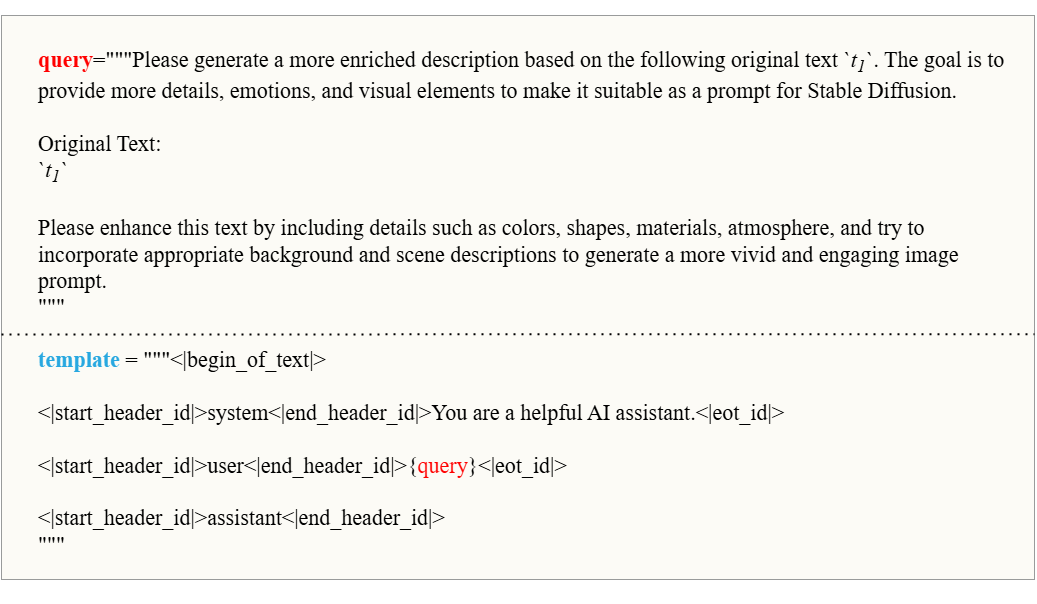
Before: mgm/output.png, a diagram exported from draw.io (TuuSiwei/paper_image). Source tidied: cells renumbered, new cells last; positions are measured from the earlier drawing's top-left corner, leaving out a move shared by most shapes.
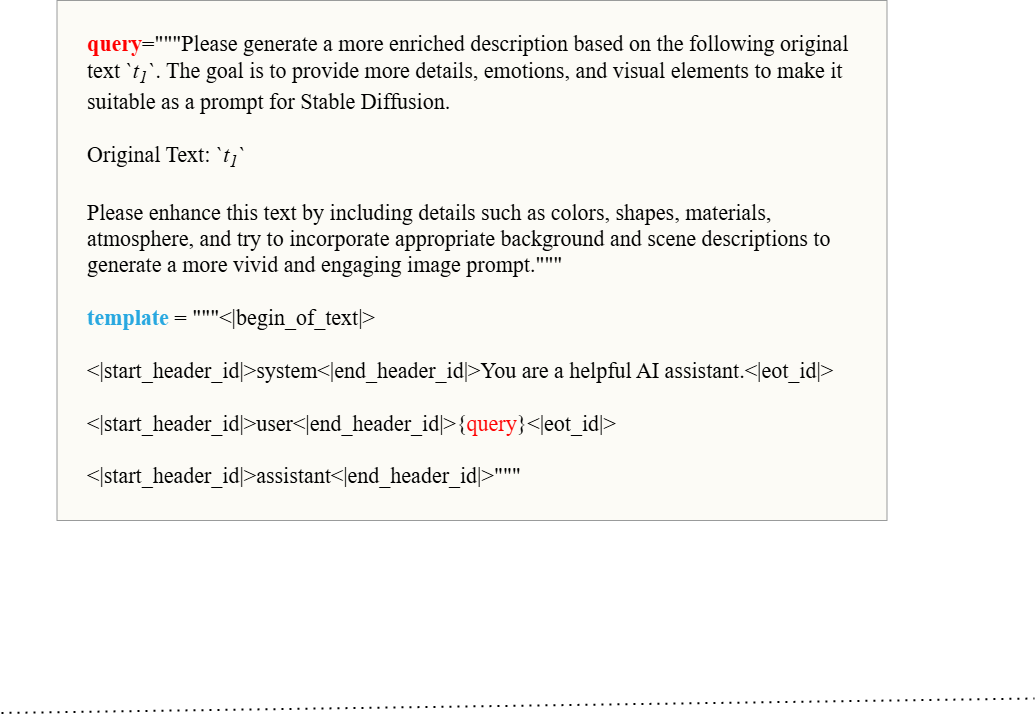
After the commit.

The edit, as a diff of the source:
```diff
@@ -3,14 +3,15 @@
     <mxCell id="0" />
     <mxCell id="1" parent="0" />
     <mxCell id="2" style="rounded=0;whiteSpace=wrap;html=1;fillColor=#f9f7ed;strokeColor=#36393d;opacity=50;" parent="1" vertex="1">
-      <mxGeometry y="15" width="1033" height="564" as="geometry" />
+      <mxGeometry x="21.5" y="-96" width="830" height="520" as="geometry" />
     </mxCell>
-    <mxCell id="3" value="&lt;div style=&quot;&quot;&gt;&lt;div style=&quot;&quot;&gt;&lt;div style=&quot;&quot;&gt;&lt;span style=&quot;font-size: 22px;&quot;&gt;&lt;font face=&quot;Times New Roman&quot;&gt;&lt;font color=&quot;#ff0000&quot;&gt;&lt;b&gt;query&lt;/b&gt;&lt;/font&gt;=&quot;&quot;&quot;Please generate a more enriched description based on the following original text `&lt;i&gt;t&lt;sub&gt;1&lt;/sub&gt;&lt;/i&gt;`. The goal is to provide more details, emotions, and visual elements to make it suitable as a prompt for Stable Diffusion.&lt;/font&gt;&lt;/span&gt;&lt;/div&gt;&lt;div style=&quot;&quot;&gt;&lt;span style=&quot;font-size: 22px;&quot;&gt;&lt;font face=&quot;Times New Roman&quot;&gt;&lt;br&gt;&lt;/font&gt;&lt;/span&gt;&lt;/div&gt;&lt;div style=&quot;&quot;&gt;&lt;span style=&quot;font-size: 22px;&quot;&gt;&lt;font face=&quot;Times New Roman&quot;&gt;Original Text:&lt;/font&gt;&lt;/span&gt;&lt;/div&gt;&lt;div style=&quot;&quot;&gt;&lt;font face=&quot;Times New Roman&quot;&gt;&lt;span style=&quot;font-size: 22px;&quot;&gt;`&lt;/span&gt;&lt;i style=&quot;font-size: 22px;&quot;&gt;t&lt;sub&gt;1&lt;/sub&gt;&lt;/i&gt;&lt;span style=&quot;font-size: 22px;&quot;&gt;`&lt;/span&gt;&lt;/font&gt;&lt;/div&gt;&lt;div style=&quot;&quot;&gt;&lt;span style=&quot;font-size: 22px;&quot;&gt;&lt;font face=&quot;Times New Roman&quot;&gt;&lt;br&gt;&lt;/font&gt;&lt;/span&gt;&lt;/div&gt;&lt;div style=&quot;&quot;&gt;&lt;span style=&quot;font-size: 22px;&quot;&gt;&lt;font face=&quot;Times New Roman&quot;&gt;Please enhance this text by including details such as colors, shapes, materials, atmosphere, and try to incorporate appropriate background and scene descriptions to generate a more vivid and engaging image prompt.&lt;/font&gt;&lt;/span&gt;&lt;/div&gt;&lt;div style=&quot;font-size: 22px;&quot;&gt;&lt;font face=&quot;Times New Roman&quot;&gt;&quot;&quot;&quot;&lt;/font&gt;&lt;/div&gt;&lt;/div&gt;&lt;div style=&quot;&quot;&gt;&lt;span style=&quot;font-size: 22px;&quot;&gt;&lt;font face=&quot;Times New Roman&quot;&gt;&lt;br&gt;&lt;/font&gt;&lt;/span&gt;&lt;/div&gt;&lt;div style=&quot;&quot;&gt;&lt;span style=&quot;font-size: 22px;&quot;&gt;&lt;font face=&quot;Times New Roman&quot;&gt;&lt;b style=&quot;&quot;&gt;&lt;font color=&quot;#28a8e0&quot;&gt;template &lt;/font&gt;&lt;/b&gt;= &quot;&quot;&quot;&amp;lt;|begin_of_text|&amp;gt;&lt;/font&gt;&lt;/span&gt;&lt;/div&gt;&lt;div style=&quot;&quot;&gt;&lt;span style=&quot;font-size: 22px;&quot;&gt;&lt;font face=&quot;Times New Roman&quot;&gt;&lt;br&gt;&lt;/font&gt;&lt;/span&gt;&lt;/div&gt;&lt;div style=&quot;&quot;&gt;&lt;font face=&quot;Times New Roman&quot;&gt;&lt;span style=&quot;font-size: 22px;&quot;&gt;&amp;lt;|start_header_id|&amp;gt;system&amp;lt;|end_header_id|&amp;gt;&lt;/span&gt;&lt;span style=&quot;font-size: 22px; background-color: initial;&quot;&gt;You are a helpful AI assistant.&amp;lt;|eot_id|&amp;gt;&lt;/span&gt;&lt;/font&gt;&lt;/div&gt;&lt;div style=&quot;&quot;&gt;&lt;span style=&quot;font-size: 22px;&quot;&gt;&lt;font face=&quot;Times New Roman&quot;&gt;&lt;br&gt;&lt;/font&gt;&lt;/span&gt;&lt;/div&gt;&lt;div style=&quot;&quot;&gt;&lt;font face=&quot;Times New Roman&quot;&gt;&lt;span style=&quot;font-size: 22px;&quot;&gt;&amp;lt;|start_header_id|&amp;gt;user&amp;lt;|end_header_id|&amp;gt;&lt;/span&gt;&lt;span style=&quot;font-size: 22px; background-color: initial;&quot;&gt;{&lt;font color=&quot;#ff0000&quot;&gt;query&lt;/font&gt;}&amp;lt;|eot_id|&amp;gt;&lt;/span&gt;&lt;/font&gt;&lt;/div&gt;&lt;div style=&quot;&quot;&gt;&lt;span style=&quot;font-size: 22px; background-color: initial;&quot;&gt;&lt;font face=&quot;Times New Roman&quot;&gt;&lt;br&gt;&lt;/font&gt;&lt;/span&gt;&lt;/div&gt;&lt;div style=&quot;&quot;&gt;&lt;span style=&quot;font-size: 22px; background-color: initial;&quot;&gt;&lt;font face=&quot;Times New Roman&quot;&gt;&amp;lt;|start_header_id|&amp;gt;assistant&amp;lt;|end_header_id|&amp;gt;&lt;/font&gt;&lt;/span&gt;&lt;/div&gt;&lt;div style=&quot;&quot;&gt;&lt;span style=&quot;font-size: 22px;&quot;&gt;&lt;font face=&quot;Times New Roman&quot;&gt;&quot;&quot;&quot;&lt;/font&gt;&lt;/span&gt;&lt;/div&gt;&lt;/div&gt;" style="rounded=0;whiteSpace=wrap;html=1;align=left;fillColor=none;strokeColor=none;" parent="1" vertex="1">
-      <mxGeometry x="35" width="984" height="604" as="geometry" />
+    <mxCell id="3" value="&lt;div style=&quot;&quot;&gt;&lt;div style=&quot;&quot;&gt;&lt;div style=&quot;&quot;&gt;&lt;span style=&quot;font-size: 22px;&quot;&gt;&lt;font face=&quot;Times New Roman&quot;&gt;&lt;font color=&quot;#ff0000&quot;&gt;&lt;b&gt;query&lt;/b&gt;&lt;/font&gt;=&quot;&quot;&quot;Please generate a more enriched description based on the following original text `&lt;i&gt;t&lt;sub&gt;1&lt;/sub&gt;&lt;/i&gt;`. The goal is to provide more details, emotions, and visual elements to make it suitable as a prompt for Stable Diffusion.&lt;/font&gt;&lt;/span&gt;&lt;/div&gt;&lt;div style=&quot;&quot;&gt;&lt;span style=&quot;font-size: 22px;&quot;&gt;&lt;font face=&quot;Times New Roman&quot;&gt;&lt;br&gt;&lt;/font&gt;&lt;/span&gt;&lt;/div&gt;&lt;div style=&quot;&quot;&gt;&lt;span style=&quot;font-size: 22px;&quot;&gt;&lt;font face=&quot;Times New Roman&quot;&gt;Original Text:&amp;nbsp;&lt;/font&gt;&lt;/span&gt;&lt;span style=&quot;font-family: &amp;quot;Times New Roman&amp;quot;; background-color: initial; font-size: 22px;&quot;&gt;`&lt;/span&gt;&lt;i style=&quot;font-family: &amp;quot;Times New Roman&amp;quot;; background-color: initial; font-size: 22px;&quot;&gt;t&lt;sub&gt;1&lt;/sub&gt;&lt;/i&gt;&lt;span style=&quot;font-family: &amp;quot;Times New Roman&amp;quot;; background-color: initial; font-size: 22px;&quot;&gt;`&lt;/span&gt;&lt;/div&gt;&lt;div style=&quot;&quot;&gt;&lt;span style=&quot;font-size: 22px;&quot;&gt;&lt;font face=&quot;Times New Roman&quot;&gt;&lt;br&gt;&lt;/font&gt;&lt;/span&gt;&lt;/div&gt;&lt;div style=&quot;&quot;&gt;&lt;span style=&quot;font-size: 22px;&quot;&gt;&lt;font face=&quot;Times New Roman&quot;&gt;Please enhance this text by including details such as colors, shapes, materials, atmosphere, and try to incorporate appropriate background and scene descriptions to generate a more vivid and engaging image prompt.&lt;/font&gt;&lt;/span&gt;&lt;span style=&quot;font-family: &amp;quot;Times New Roman&amp;quot;; font-size: 22px; background-color: initial;&quot;&gt;&quot;&quot;&quot;&lt;/span&gt;&lt;/div&gt;&lt;/div&gt;&lt;div style=&quot;&quot;&gt;&lt;span style=&quot;font-size: 22px;&quot;&gt;&lt;font face=&quot;Times New Roman&quot;&gt;&lt;br&gt;&lt;/font&gt;&lt;/span&gt;&lt;/div&gt;&lt;div style=&quot;&quot;&gt;&lt;span style=&quot;font-size: 22px;&quot;&gt;&lt;font face=&quot;Times New Roman&quot;&gt;&lt;b style=&quot;&quot;&gt;&lt;font color=&quot;#28a8e0&quot;&gt;template &lt;/font&gt;&lt;/b&gt;= &quot;&quot;&quot;&amp;lt;|begin_of_text|&amp;gt;&lt;/font&gt;&lt;/span&gt;&lt;/div&gt;&lt;div style=&quot;&quot;&gt;&lt;span style=&quot;font-size: 22px;&quot;&gt;&lt;font face=&quot;Times New Roman&quot;&gt;&lt;br&gt;&lt;/font&gt;&lt;/span&gt;&lt;/div&gt;&lt;div style=&quot;&quot;&gt;&lt;font face=&quot;Times New Roman&quot;&gt;&lt;span style=&quot;font-size: 22px;&quot;&gt;&amp;lt;|start_header_id|&amp;gt;system&amp;lt;|end_header_id|&amp;gt;&lt;/span&gt;&lt;span style=&quot;font-size: 22px; background-color: initial;&quot;&gt;You are a helpful AI assistant.&amp;lt;|eot_id|&amp;gt;&lt;/span&gt;&lt;/font&gt;&lt;/div&gt;&lt;div style=&quot;&quot;&gt;&lt;span style=&quot;font-size: 22px;&quot;&gt;&lt;font face=&quot;Times New Roman&quot;&gt;&lt;br&gt;&lt;/font&gt;&lt;/span&gt;&lt;/div&gt;&lt;div style=&quot;&quot;&gt;&lt;font face=&quot;Times New Roman&quot;&gt;&lt;span style=&quot;font-size: 22px;&quot;&gt;&amp;lt;|start_header_id|&amp;gt;user&amp;lt;|end_header_id|&amp;gt;&lt;/span&gt;&lt;span style=&quot;font-size: 22px; background-color: initial;&quot;&gt;{&lt;font color=&quot;#ff0000&quot;&gt;query&lt;/font&gt;}&amp;lt;|eot_id|&amp;gt;&lt;/span&gt;&lt;/font&gt;&lt;/div&gt;&lt;div style=&quot;&quot;&gt;&lt;span style=&quot;font-size: 22px; background-color: initial;&quot;&gt;&lt;font face=&quot;Times New Roman&quot;&gt;&lt;br&gt;&lt;/font&gt;&lt;/span&gt;&lt;/div&gt;&lt;div style=&quot;&quot;&gt;&lt;span style=&quot;font-size: 22px; background-color: initial;&quot;&gt;&lt;font face=&quot;Times New Roman&quot;&gt;&amp;lt;|start_header_id|&amp;gt;assistant&amp;lt;|end_header_id|&amp;gt;&lt;/font&gt;&lt;/span&gt;&lt;span style=&quot;font-family: &amp;quot;Times New Roman&amp;quot;; font-size: 22px; background-color: initial;&quot;&gt;&quot;&quot;&quot;&lt;/span&gt;&lt;/div&gt;&lt;/div&gt;" style="rounded=0;whiteSpace=wrap;html=1;align=left;fillColor=none;strokeColor=none;" parent="1" vertex="1">
+      <mxGeometry x="50" y="-96" width="773" height="520" as="geometry" />
     </mxCell>
-    <mxCell id="4" style="endArrow=none;dashed=1;html=1;dashPattern=1 3;strokeWidth=2;rounded=0;entryX=1;entryY=0.565;entryDx=0;entryDy=0;entryPerimeter=0;" parent="1" edge="1" target="2">
+    <mxCell id="4" style="endArrow=none;dashed=1;html=1;dashPattern=1 3;strokeWidth=2;rounded=0;entryX=1;entryY=0.565;entryDx=0;entryDy=0;entryPerimeter=0;" parent="1" edge="1">
       <mxGeometry relative="1" as="geometry">
-        <mxPoint y="334" as="sourcePoint" />
+        <mxPoint x="-34" y="616.5" as="sourcePoint" />
+        <mxPoint x="999" y="602" as="targetPoint" />
       </mxGeometry>
     </mxCell>
   </root>
```
